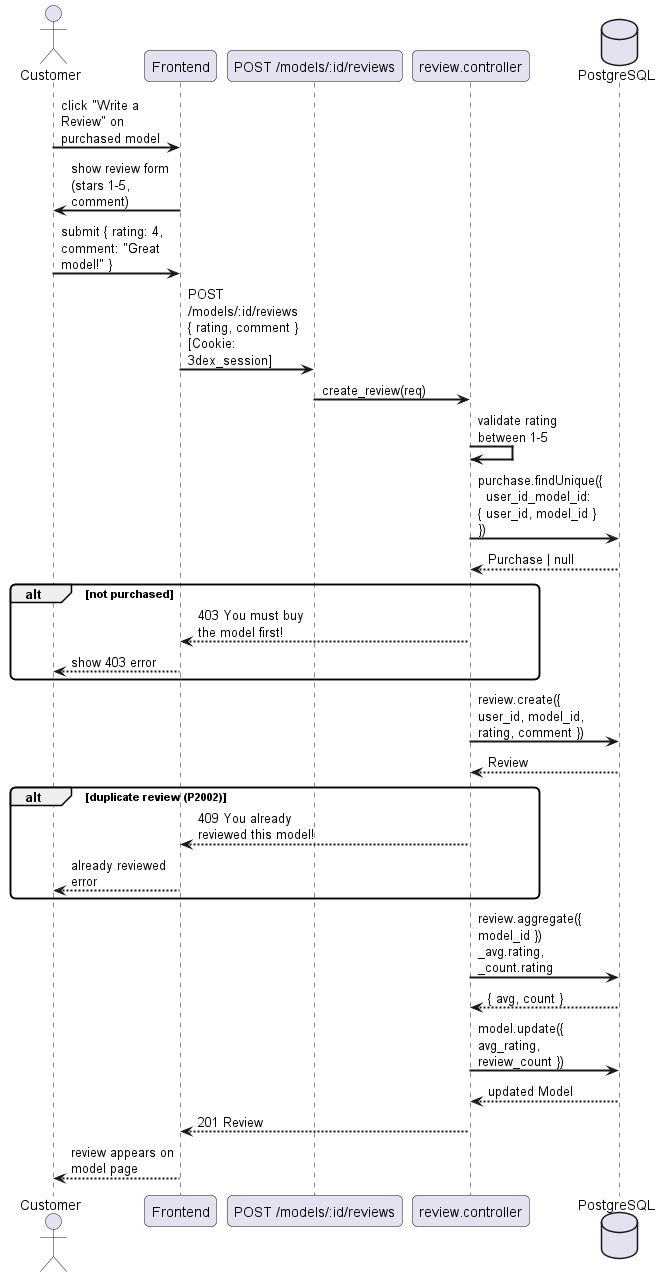
Above: docs/diagrams/exports/sequence/catalog/sequence_model_review.png in Schryzon/3Dex (PlantUML), before the change.
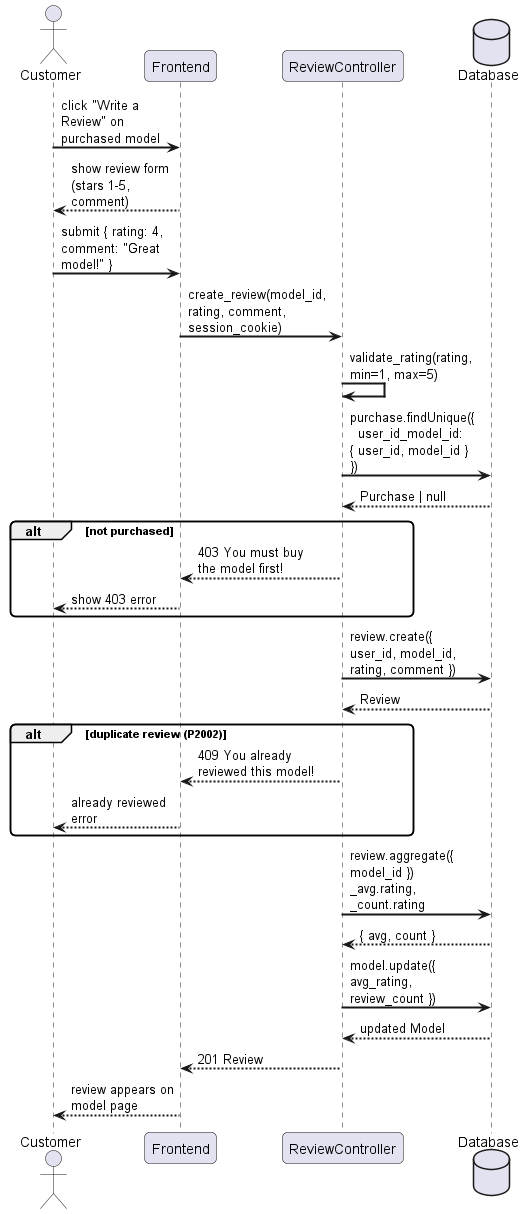
Above is the later version.

Diff of the diagram source:
```diff
@@ -5,16 +5,14 @@
 
 actor "Customer" as C
 participant "Frontend" as FE
-participant "POST /models/:id/reviews" as API
-participant "review.controller" as RC
-database "PostgreSQL" as DB
+participant "ReviewController" as RC
+database "Database" as DB
 
 C -> FE : click "Write a Review" on purchased model
-FE -> C : show review form (stars 1-5, comment)
+FE --> C : show review form (stars 1-5, comment)
 C -> FE : submit { rating: 4, comment: "Great model!" }
-FE -> API : POST /models/:id/reviews\n{ rating, comment }\n[Cookie: 3dex_session]
-API -> RC : create_review(req)
-RC -> RC : validate rating between 1-5
+FE -> RC : create_review(model_id, rating, comment, session_cookie)
+RC -> RC : validate_rating(rating, min=1, max=5)
 RC -> DB : purchase.findUnique({\n  user_id_model_id: { user_id, model_id } })
 DB --> RC : Purchase | null
 alt not purchased
```
